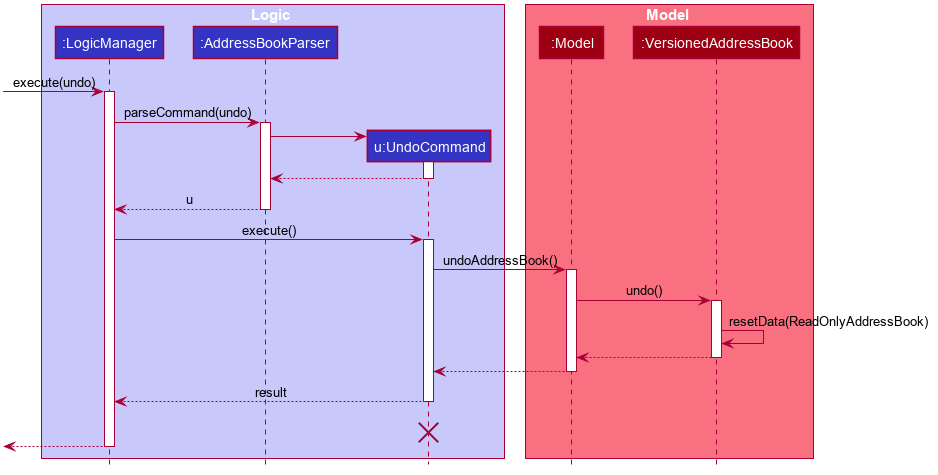
The PlantUML diagram docs/images/UndoSequenceDiagram.png in nus-cs2103-AY2122S1/ip, before a commit. Its diagram source:
```plantuml
@startuml








skinparam BackgroundColor #FFFFFFF

skinparam Shadowing false

skinparam Class {
    FontColor #FFFFFF
    BorderThickness 1
    BorderColor #FFFFFF
    StereotypeFontColor #FFFFFF
    FontName Arial
}

skinparam Actor {
    BorderColor #000000
    Color #000000
    FontName Arial
}

skinparam Sequence {
    MessageAlign center
    BoxFontSize 15
    BoxPadding 0
    BoxFontColor #FFFFFF
    FontName Arial
}

skinparam Participant {
    FontColor #FFFFFFF
    Padding 20
}

skinparam MinClassWidth 50
skinparam ParticipantPadding 10
skinparam Shadowing false
skinparam DefaultTextAlignment center
skinparam packageStyle Rectangle

hide footbox
hide members
hide circle

box Logic #C8C8FA
participant ":LogicManager" as LogicManager #3333C4
participant ":AddressBookParser" as AddressBookParser #3333C4
participant "u:UndoCommand" as UndoCommand #3333C4
end box

box Model #F97181
participant ":Model" as Model #9D0012
participant ":VersionedAddressBook" as VersionedAddressBook #9D0012
end box
[-> LogicManager : execute(undo)
activate LogicManager

LogicManager -> AddressBookParser : parseCommand(undo)
activate AddressBookParser

create UndoCommand
AddressBookParser -> UndoCommand
activate UndoCommand

UndoCommand --> AddressBookParser
deactivate UndoCommand

AddressBookParser --> LogicManager : u
deactivate AddressBookParser

LogicManager -> UndoCommand : execute()
activate UndoCommand

UndoCommand -> Model : undoAddressBook()
activate Model

Model -> VersionedAddressBook : undo()
activate VersionedAddressBook

VersionedAddressBook -> VersionedAddressBook :resetData(ReadOnlyAddressBook)
VersionedAddressBook --> Model :
deactivate VersionedAddressBook

Model --> UndoCommand
deactivate Model

UndoCommand --> LogicManager : result
deactivate UndoCommand
UndoCommand -[hidden]-> LogicManager : result
destroy UndoCommand

[<--LogicManager
deactivate LogicManager
@enduml
```
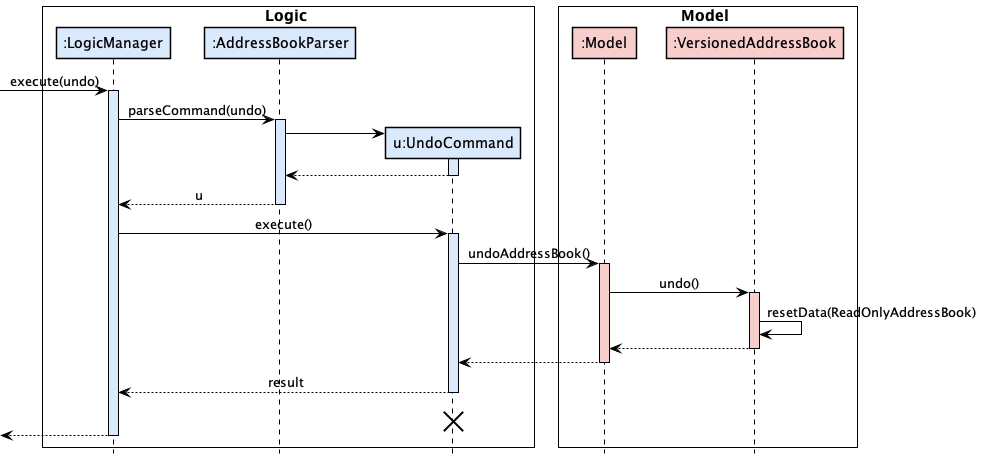
The same diagram one commit later.

Diff of the diagram source:
```diff
@@ -1,72 +1,27 @@
 @startuml
+!include style.puml
 
-
-
-
-
-
-
-
-skinparam BackgroundColor #FFFFFFF
-
-skinparam Shadowing false
-
-skinparam Class {
-    FontColor #FFFFFF
-    BorderThickness 1
-    BorderColor #FFFFFF
-    StereotypeFontColor #FFFFFF
-    FontName Arial
-}
-
-skinparam Actor {
-    BorderColor #000000
-    Color #000000
-    FontName Arial
-}
-
-skinparam Sequence {
-    MessageAlign center
-    BoxFontSize 15
-    BoxPadding 0
-    BoxFontColor #FFFFFF
-    FontName Arial
-}
-
-skinparam Participant {
-    FontColor #FFFFFFF
-    Padding 20
-}
-
-skinparam MinClassWidth 50
-skinparam ParticipantPadding 10
-skinparam Shadowing false
-skinparam DefaultTextAlignment center
-skinparam packageStyle Rectangle
-
-hide footbox
-hide members
-hide circle
-
-box Logic #C8C8FA
-participant ":LogicManager" as LogicManager #3333C4
-participant ":AddressBookParser" as AddressBookParser #3333C4
-participant "u:UndoCommand" as UndoCommand #3333C4
+box Logic #FFFFFF
+participant ":LogicManager" as LogicManager LOGIC_COLOR
+participant ":AddressBookParser" as AddressBookParser LOGIC_COLOR
+participant "u:UndoCommand" as UndoCommand LOGIC_COLOR
 end box
 
-box Model #F97181
-participant ":Model" as Model #9D0012
-participant ":VersionedAddressBook" as VersionedAddressBook #9D0012
+skinparam sequenceBoxBorderColor #black
+box Model #FFFFFF
+participant ":Model" as Model MODEL_COLOR
+participant ":VersionedAddressBook" as VersionedAddressBook MODEL_COLOR
 end box
+
 [-> LogicManager : execute(undo)
-activate LogicManager
+activate LogicManager LOGIC_COLOR
 
 LogicManager -> AddressBookParser : parseCommand(undo)
-activate AddressBookParser
+activate AddressBookParser LOGIC_COLOR
 
 create UndoCommand
 AddressBookParser -> UndoCommand
-activate UndoCommand
+activate UndoCommand LOGIC_COLOR
 
 UndoCommand --> AddressBookParser
 deactivate UndoCommand
@@ -75,13 +30,13 @@
 deactivate AddressBookParser
 
 LogicManager -> UndoCommand : execute()
-activate UndoCommand
+activate UndoCommand LOGIC_COLOR
 
 UndoCommand -> Model : undoAddressBook()
-activate Model
+activate Model MODEL_COLOR
 
 Model -> VersionedAddressBook : undo()
-activate VersionedAddressBook
+activate VersionedAddressBook MODEL_COLOR
 
 VersionedAddressBook -> VersionedAddressBook :resetData(ReadOnlyAddressBook)
 VersionedAddressBook --> Model :
```
